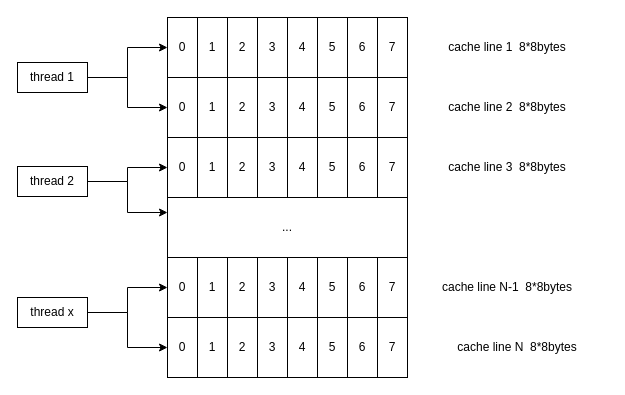
Before: resource/new/false-sharing-2.drawio in zuochunwei/hpc, a draw.io diagram. Source tidied: cells renumbered, new cells numbered last; positions are measured from the earlier drawing's top-left corner, leaving out a move shared by most shapes. Both pictures are drawn from the tidied source at 100%, with x=0, y=0 at pixel (17, 17).
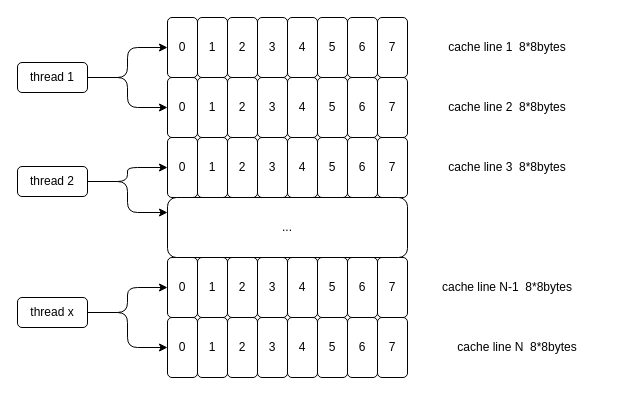
The same diagram, later.

Diff of the diagram source:
```diff
@@
-    <mxCell id="2" value="0" style="rounded=0;whiteSpace=wrap;html=1;" parent="1" vertex="1">
+    <mxCell id="2" value="0" style="rounded=1;whiteSpace=wrap;html=1;" parent="1" vertex="1">
       <mxGeometry x="150" width="30" height="60" as="geometry" />
     </mxCell>
-    <mxCell id="3" value="1" style="rounded=0;whiteSpace=wrap;html=1;" parent="1" vertex="1">
+    <mxCell id="3" value="1" style="rounded=1;whiteSpace=wrap;html=1;" parent="1" vertex="1">
       <mxGeometry x="180" width="30" height="60" as="geometry" />
     </mxCell>
-    <mxCell id="4" value="2" style="rounded=0;whiteSpace=wrap;html=1;" parent="1" vertex="1">
+    <mxCell id="4" value="2" style="rounded=1;whiteSpace=wrap;html=1;" parent="1" vertex="1">
       <mxGeometry x="210" width="30" height="60" as="geometry" />
     </mxCell>
-    <mxCell id="5" value="3" style="rounded=0;whiteSpace=wrap;html=1;" parent="1" vertex="1">
+    <mxCell id="5" value="3" style="rounded=1;whiteSpace=wrap;html=1;" parent="1" vertex="1">
       <mxGeometry x="240" width="30" height="60" as="geometry" />
     </mxCell>
-    <mxCell id="6" value="4" style="rounded=0;whiteSpace=wrap;html=1;" parent="1" vertex="1">
+    <mxCell id="6" value="4" style="rounded=1;whiteSpace=wrap;html=1;" parent="1" vertex="1">
       <mxGeometry x="270" width="30" height="60" as="geometry" />
     </mxCell>
-    <mxCell id="7" value="5" style="rounded=0;whiteSpace=wrap;html=1;" parent="1" vertex="1">
+    <mxCell id="7" value="5" style="rounded=1;whiteSpace=wrap;html=1;" parent="1" vertex="1">
       <mxGeometry x="300" width="30" height="60" as="geometry" />
     </mxCell>
-    <mxCell id="8" value="6" style="rounded=0;whiteSpace=wrap;html=1;" parent="1" vertex="1">
+    <mxCell id="8" value="6" style="rounded=1;whiteSpace=wrap;html=1;" parent="1" vertex="1">
       <mxGeometry x="330" width="30" height="60" as="geometry" />
     </mxCell>
-    <mxCell id="9" value="7" style="rounded=0;whiteSpace=wrap;html=1;" parent="1" vertex="1">
+    <mxCell id="9" value="7" style="rounded=1;whiteSpace=wrap;html=1;" parent="1" vertex="1">
       <mxGeometry x="360" width="30" height="60" as="geometry" />
     </mxCell>
-    <mxCell id="10" value="0" style="rounded=0;whiteSpace=wrap;html=1;" parent="1" vertex="1">
+    <mxCell id="10" value="0" style="rounded=1;whiteSpace=wrap;html=1;" parent="1" vertex="1">
       <mxGeometry x="150" y="60" width="30" height="60" as="geometry" />
     </mxCell>
-    <mxCell id="11" value="1" style="rounded=0;whiteSpace=wrap;html=1;" parent="1" vertex="1">
+    <mxCell id="11" value="1" style="rounded=1;whiteSpace=wrap;html=1;" parent="1" vertex="1">
       <mxGeometry x="180" y="60" width="30" height="60" as="geometry" />
     </mxCell>
-    <mxCell id="12" value="2" style="rounded=0;whiteSpace=wrap;html=1;" parent="1" vertex="1">
+    <mxCell id="12" value="2" style="rounded=1;whiteSpace=wrap;html=1;" parent="1" vertex="1">
       <mxGeometry x="210" y="60" width="30" height="60" as="geometry" />
     </mxCell>
-    <mxCell id="13" value="3" style="rounded=0;whiteSpace=wrap;html=1;" parent="1" vertex="1">
+    <mxCell id="13" value="3" style="rounded=1;whiteSpace=wrap;html=1;" parent="1" vertex="1">
       <mxGeometry x="240" y="60" width="30" height="60" as="geometry" />
     </mxCell>
-    <mxCell id="14" value="4" style="rounded=0;whiteSpace=wrap;html=1;" parent="1" vertex="1">
+    <mxCell id="14" value="4" style="rounded=1;whiteSpace=wrap;html=1;" parent="1" vertex="1">
       <mxGeometry x="270" y="60" width="30" height="60" as="geometry" />
     </mxCell>
-    <mxCell id="15" value="5" style="rounded=0;whiteSpace=wrap;html=1;" parent="1" vertex="1">
+    <mxCell id="15" value="5" style="rounded=1;whiteSpace=wrap;html=1;" parent="1" vertex="1">
       <mxGeometry x="300" y="60" width="30" height="60" as="geometry" />
     </mxCell>
-    <mxCell id="16" value="6" style="rounded=0;whiteSpace=wrap;html=1;" parent="1" vertex="1">
+    <mxCell id="16" value="6" style="rounded=1;whiteSpace=wrap;html=1;" parent="1" vertex="1">
       <mxGeometry x="330" y="60" width="30" height="60" as="geometry" />
     </mxCell>
-    <mxCell id="17" value="7" style="rounded=0;whiteSpace=wrap;html=1;" parent="1" vertex="1">
+    <mxCell id="17" value="7" style="rounded=1;whiteSpace=wrap;html=1;" parent="1" vertex="1">
       <mxGeometry x="360" y="60" width="30" height="60" as="geometry" />
     </mxCell>
-    <mxCell id="18" value="0" style="rounded=0;whiteSpace=wrap;html=1;" parent="1" vertex="1">
+    <mxCell id="18" value="0" style="rounded=1;whiteSpace=wrap;html=1;" parent="1" vertex="1">
       <mxGeometry x="150" y="120" width="30" height="60" as="geometry" />
     </mxCell>
-    <mxCell id="19" value="1" style="rounded=0;whiteSpace=wrap;html=1;" parent="1" vertex="1">
+    <mxCell id="19" value="1" style="rounded=1;whiteSpace=wrap;html=1;" parent="1" vertex="1">
       <mxGeometry x="180" y="120" width="30" height="60" as="geometry" />
     </mxCell>
-    <mxCell id="20" value="2" style="rounded=0;whiteSpace=wrap;html=1;" parent="1" vertex="1">
+    <mxCell id="20" value="2" style="rounded=1;whiteSpace=wrap;html=1;" parent="1" vertex="1">
       <mxGeometry x="210" y="120" width="30" height="60" as="geometry" />
     </mxCell>
-    <mxCell id="21" value="3" style="rounded=0;whiteSpace=wrap;html=1;" parent="1" vertex="1">
+    <mxCell id="21" value="3" style="rounded=1;whiteSpace=wrap;html=1;" parent="1" vertex="1">
       <mxGeometry x="240" y="120" width="30" height="60" as="geometry" />
     </mxCell>
-    <mxCell id="22" value="4" style="rounded=0;whiteSpace=wrap;html=1;" parent="1" vertex="1">
+    <mxCell id="22" value="4" style="rounded=1;whiteSpace=wrap;html=1;" parent="1" vertex="1">
       <mxGeometry x="270" y="120" width="30" height="60" as="geometry" />
     </mxCell>
-    <mxCell id="23" value="5" style="rounded=0;whiteSpace=wrap;html=1;" parent="1" vertex="1">
+    <mxCell id="23" value="5" style="rounded=1;whiteSpace=wrap;html=1;" parent="1" vertex="1">
       <mxGeometry x="300" y="120" width="30" height="60" as="geometry" />
     </mxCell>
-    <mxCell id="24" value="6" style="rounded=0;whiteSpace=wrap;html=1;" parent="1" vertex="1">
+    <mxCell id="24" value="6" style="rounded=1;whiteSpace=wrap;html=1;" parent="1" vertex="1">
       <mxGeometry x="330" y="120" width="30" height="60" as="geometry" />
     </mxCell>
-    <mxCell id="25" value="7" style="rounded=0;whiteSpace=wrap;html=1;" parent="1" vertex="1">
+    <mxCell id="25" value="7" style="rounded=1;whiteSpace=wrap;html=1;" parent="1" vertex="1">
       <mxGeometry x="360" y="120" width="30" height="60" as="geometry" />
     </mxCell>
-    <mxCell id="26" value="cache line 1&amp;nbsp; 8*8bytes" style="text;html=1;strokeColor=none;fillColor=none;align=center;verticalAlign=middle;whiteSpace=wrap;rounded=0;" parent="1" vertex="1">
+    <mxCell id="26" value="cache line 1&amp;nbsp; 8*8bytes" style="text;html=1;strokeColor=none;fillColor=none;align=center;verticalAlign=middle;whiteSpace=wrap;rounded=1;" parent="1" vertex="1">
       <mxGeometry x="400" y="15" width="180" height="30" as="geometry" />
     </mxCell>
-    <mxCell id="27" value="cache line 2&amp;nbsp; 8*8bytes" style="text;html=1;strokeColor=none;fillColor=none;align=center;verticalAlign=middle;whiteSpace=wrap;rounded=0;" parent="1" vertex="1">
+    <mxCell id="27" value="cache line 2&amp;nbsp; 8*8bytes" style="text;html=1;strokeColor=none;fillColor=none;align=center;verticalAlign=middle;whiteSpace=wrap;rounded=1;" parent="1" vertex="1">
       <mxGeometry x="400" y="75" width="180" height="30" as="geometry" />
     </mxCell>
-    <mxCell id="28" value="cache line 3&amp;nbsp; 8*8bytes" style="text;html=1;strokeColor=none;fillColor=none;align=center;verticalAlign=middle;whiteSpace=wrap;rounded=0;" parent="1" vertex="1">
+    <mxCell id="28" value="cache line 3&amp;nbsp; 8*8bytes" style="text;html=1;strokeColor=none;fillColor=none;align=center;verticalAlign=middle;whiteSpace=wrap;rounded=1;" parent="1" vertex="1">
       <mxGeometry x="400" y="135" width="180" height="30" as="geometry" />
     </mxCell>
-    <mxCell id="29" value="0" style="rounded=0;whiteSpace=wrap;html=1;" parent="1" vertex="1">
+    <mxCell id="29" value="0" style="rounded=1;whiteSpace=wrap;html=1;" parent="1" vertex="1">
       <mxGeometry x="150" y="300" width="30" height="60" as="geometry" />
     </mxCell>
-    <mxCell id="30" value="1" style="rounded=0;whiteSpace=wrap;html=1;" parent="1" vertex="1">
+    <mxCell id="30" value="1" style="rounded=1;whiteSpace=wrap;html=1;" parent="1" vertex="1">
       <mxGeometry x="180" y="300" width="30" height="60" as="geometry" />
     </mxCell>
-    <mxCell id="31" value="2" style="rounded=0;whiteSpace=wrap;html=1;" parent="1" vertex="1">
+    <mxCell id="31" value="2" style="rounded=1;whiteSpace=wrap;html=1;" parent="1" vertex="1">
       <mxGeometry x="210" y="300" width="30" height="60" as="geometry" />
     </mxCell>
-    <mxCell id="32" value="3" style="rounded=0;whiteSpace=wrap;html=1;" parent="1" vertex="1">
+    <mxCell id="32" value="3" style="rounded=1;whiteSpace=wrap;html=1;" parent="1" vertex="1">
       <mxGeometry x="240" y="300" width="30" height="60" as="geometry" />
     </mxCell>
-    <mxCell id="33" value="4" style="rounded=0;whiteSpace=wrap;html=1;" parent="1" vertex="1">
+    <mxCell id="33" value="4" style="rounded=1;whiteSpace=wrap;html=1;" parent="1" vertex="1">
       <mxGeometry x="270" y="300" width="30" height="60" as="geometry" />
     </mxCell>
-    <mxCell id="34" value="5" style="rounded=0;whiteSpace=wrap;html=1;" parent="1" vertex="1">
+    <mxCell id="34" value="5" style="rounded=1;whiteSpace=wrap;html=1;" parent="1" vertex="1">
       <mxGeometry x="300" y="300" width="30" height="60" as="geometry" />
     </mxCell>
-    <mxCell id="35" value="6" style="rounded=0;whiteSpace=wrap;html=1;" parent="1" vertex="1">
+    <mxCell id="35" value="6" style="rounded=1;whiteSpace=wrap;html=1;" parent="1" vertex="1">
       <mxGeometry x="330" y="300" width="30" height="60" as="geometry" />
     </mxCell>
-    <mxCell id="36" value="7" style="rounded=0;whiteSpace=wrap;html=1;" parent="1" vertex="1">
+    <mxCell id="36" value="7" style="rounded=1;whiteSpace=wrap;html=1;" parent="1" vertex="1">
       <mxGeometry x="360" y="300" width="30" height="60" as="geometry" />
     </mxCell>
-    <mxCell id="37" value="cache line N&amp;nbsp; 8*8bytes" style="text;html=1;strokeColor=none;fillColor=none;align=center;verticalAlign=middle;whiteSpace=wrap;rounded=0;" parent="1" vertex="1">
+    <mxCell id="37" value="cache line N&amp;nbsp; 8*8bytes" style="text;html=1;strokeColor=none;fillColor=none;align=center;verticalAlign=middle;whiteSpace=wrap;rounded=1;" parent="1" vertex="1">
       <mxGeometry x="410" y="315" width="180" height="30" as="geometry" />
     </mxCell>
-    <mxCell id="38" style="edgeStyle=orthogonalEdgeStyle;rounded=0;jettySize=auto;html=1;exitX=1;exitY=0.5;exitDx=0;exitDy=0;entryX=0;entryY=0.5;entryDx=0;entryDy=0;" parent="1" edge="1" source="40" target="2">
+    <mxCell id="38" style="edgeStyle=orthogonalEdgeStyle;rounded=1;jettySize=auto;html=1;exitX=1;exitY=0.5;exitDx=0;exitDy=0;entryX=0;entryY=0.5;entryDx=0;entryDy=0;" parent="1" edge="1" source="40" target="2">
       <mxGeometry relative="1" as="geometry" />
     </mxCell>
-    <mxCell id="39" style="edgeStyle=orthogonalEdgeStyle;rounded=0;jettySize=auto;html=1;exitX=1;exitY=0.5;exitDx=0;exitDy=0;entryX=0;entryY=0.5;entryDx=0;entryDy=0;" parent="1" edge="1" source="40" target="10">
+    <mxCell id="39" style="edgeStyle=orthogonalEdgeStyle;rounded=1;jettySize=auto;html=1;exitX=1;exitY=0.5;exitDx=0;exitDy=0;entryX=0;entryY=0.5;entryDx=0;entryDy=0;" parent="1" edge="1" source="40" target="10">
       <mxGeometry relative="1" as="geometry" />
     </mxCell>
-    <mxCell id="40" value="thread 1" style="rounded=0;whiteSpace=wrap;html=1;" parent="1" vertex="1">
+    <mxCell id="40" value="thread 1" style="rounded=1;whiteSpace=wrap;html=1;" parent="1" vertex="1">
       <mxGeometry y="45" width="70" height="30" as="geometry" />
     </mxCell>
-    <mxCell id="41" style="edgeStyle=orthogonalEdgeStyle;rounded=0;jettySize=auto;html=1;exitX=1;exitY=0.5;exitDx=0;exitDy=0;entryX=0;entryY=0.5;entryDx=0;entryDy=0;" parent="1" edge="1" source="43" target="18">
+    <mxCell id="41" style="edgeStyle=orthogonalEdgeStyle;rounded=1;jettySize=auto;html=1;exitX=1;exitY=0.5;exitDx=0;exitDy=0;entryX=0;entryY=0.5;entryDx=0;entryDy=0;" parent="1" edge="1" source="43" target="18">
       <mxGeometry relative="1" as="geometry" />
     </mxCell>
-    <mxCell id="42" style="edgeStyle=orthogonalEdgeStyle;rounded=0;jettySize=auto;html=1;exitX=1;exitY=0.5;exitDx=0;exitDy=0;entryX=0;entryY=0.25;entryDx=0;entryDy=0;" parent="1" edge="1" source="43" target="55">
+    <mxCell id="42" style="edgeStyle=orthogonalEdgeStyle;rounded=1;jettySize=auto;html=1;exitX=1;exitY=0.5;exitDx=0;exitDy=0;entryX=0;entryY=0.25;entryDx=0;entryDy=0;" parent="1" edge="1" source="43" target="55">
       <mxGeometry relative="1" as="geometry" />
     </mxCell>
-    <mxCell id="43" value="thread 2" style="rounded=0;whiteSpace=wrap;html=1;" parent="1" vertex="1">
+    <mxCell id="43" value="thread 2" style="rounded=1;whiteSpace=wrap;html=1;" parent="1" vertex="1">
       <mxGeometry y="149" width="70" height="30" as="geometry" />
     </mxCell>
-    <mxCell id="44" style="edgeStyle=orthogonalEdgeStyle;rounded=0;jettySize=auto;html=1;exitX=1;exitY=0.5;exitDx=0;exitDy=0;entryX=0;entryY=0.5;entryDx=0;entryDy=0;" parent="1" edge="1" source="46" target="47">
+    <mxCell id="44" style="edgeStyle=orthogonalEdgeStyle;rounded=1;jettySize=auto;html=1;exitX=1;exitY=0.5;exitDx=0;exitDy=0;entryX=0;entryY=0.5;entryDx=0;entryDy=0;" parent="1" edge="1" source="46" target="47">
       <mxGeometry relative="1" as="geometry" />
     </mxCell>
-    <mxCell id="45" style="edgeStyle=orthogonalEdgeStyle;rounded=0;jettySize=auto;html=1;exitX=1;exitY=0.5;exitDx=0;exitDy=0;" parent="1" edge="1" source="46" target="29">
+    <mxCell id="45" style="edgeStyle=orthogonalEdgeStyle;rounded=1;jettySize=auto;html=1;exitX=1;exitY=0.5;exitDx=0;exitDy=0;" parent="1" edge="1" source="46" target="29">
       <mxGeometry relative="1" as="geometry" />
     </mxCell>
-    <mxCell id="46" value="thread x" style="rounded=0;whiteSpace=wrap;html=1;" parent="1" vertex="1">
+    <mxCell id="46" value="thread x" style="rounded=1;whiteSpace=wrap;html=1;" parent="1" vertex="1">
       <mxGeometry y="280" width="70" height="30" as="geometry" />
     </mxCell>
-    <mxCell id="47" value="0" style="rounded=0;whiteSpace=wrap;html=1;" parent="1" vertex="1">
+    <mxCell id="47" value="0" style="rounded=1;whiteSpace=wrap;html=1;" parent="1" vertex="1">
       <mxGeometry x="150" y="240" width="30" height="60" as="geometry" />
     </mxCell>
-    <mxCell id="48" value="1" style="rounded=0;whiteSpace=wrap;html=1;" parent="1" vertex="1">
+    <mxCell id="48" value="1" style="rounded=1;whiteSpace=wrap;html=1;" parent="1" vertex="1">
       <mxGeometry x="180" y="240" width="30" height="60" as="geometry" />
     </mxCell>
-    <mxCell id="49" value="2" style="rounded=0;whiteSpace=wrap;html=1;" parent="1" vertex="1">
+    <mxCell id="49" value="2" style="rounded=1;whiteSpace=wrap;html=1;" parent="1" vertex="1">
       <mxGeometry x="210" y="240" width="30" height="60" as="geometry" />
     </mxCell>
-    <mxCell id="50" value="3" style="rounded=0;whiteSpace=wrap;html=1;" parent="1" vertex="1">
+    <mxCell id="50" value="3" style="rounded=1;whiteSpace=wrap;html=1;" parent="1" vertex="1">
       <mxGeometry x="240" y="240" width="30" height="60" as="geometry" />
     </mxCell>
-    <mxCell id="51" value="4" style="rounded=0;whiteSpace=wrap;html=1;" parent="1" vertex="1">
+    <mxCell id="51" value="4" style="rounded=1;whiteSpace=wrap;html=1;" parent="1" vertex="1">
       <mxGeometry x="270" y="240" width="30" height="60" as="geometry" />
     </mxCell>
-    <mxCell id="52" value="5" style="rounded=0;whiteSpace=wrap;html=1;" parent="1" vertex="1">
+    <mxCell id="52" value="5" style="rounded=1;whiteSpace=wrap;html=1;" parent="1" vertex="1">
       <mxGeometry x="300" y="240" width="30" height="60" as="geometry" />
     </mxCell>
-    <mxCell id="53" value="6" style="rounded=0;whiteSpace=wrap;html=1;" parent="1" vertex="1">
+    <mxCell id="53" value="6" style="rounded=1;whiteSpace=wrap;html=1;" parent="1" vertex="1">
       <mxGeometry x="330" y="240" width="30" height="60" as="geometry" />
     </mxCell>
-    <mxCell id="54" value="7" style="rounded=0;whiteSpace=wrap;html=1;" parent="1" vertex="1">
+    <mxCell id="54" value="7" style="rounded=1;whiteSpace=wrap;html=1;" parent="1" vertex="1">
       <mxGeometry x="360" y="240" width="30" height="60" as="geometry" />
     </mxCell>
-    <mxCell id="55" value="..." style="rounded=0;whiteSpace=wrap;html=1;" parent="1" vertex="1">
+    <mxCell id="55" value="..." style="rounded=1;whiteSpace=wrap;html=1;" parent="1" vertex="1">
       <mxGeometry x="150" y="180" width="240" height="60" as="geometry" />
     </mxCell>
-    <mxCell id="56" value="cache line N-1&amp;nbsp; 8*8bytes" style="text;html=1;strokeColor=none;fillColor=none;align=center;verticalAlign=middle;whiteSpace=wrap;rounded=0;" parent="1" vertex="1">
+    <mxCell id="56" value="cache line N-1&amp;nbsp; 8*8bytes" style="text;html=1;strokeColor=none;fillColor=none;align=center;verticalAlign=middle;whiteSpace=wrap;rounded=1;" parent="1" vertex="1">
       <mxGeometry x="400" y="255" width="180" height="30" as="geometry" />
     </mxCell>
```
